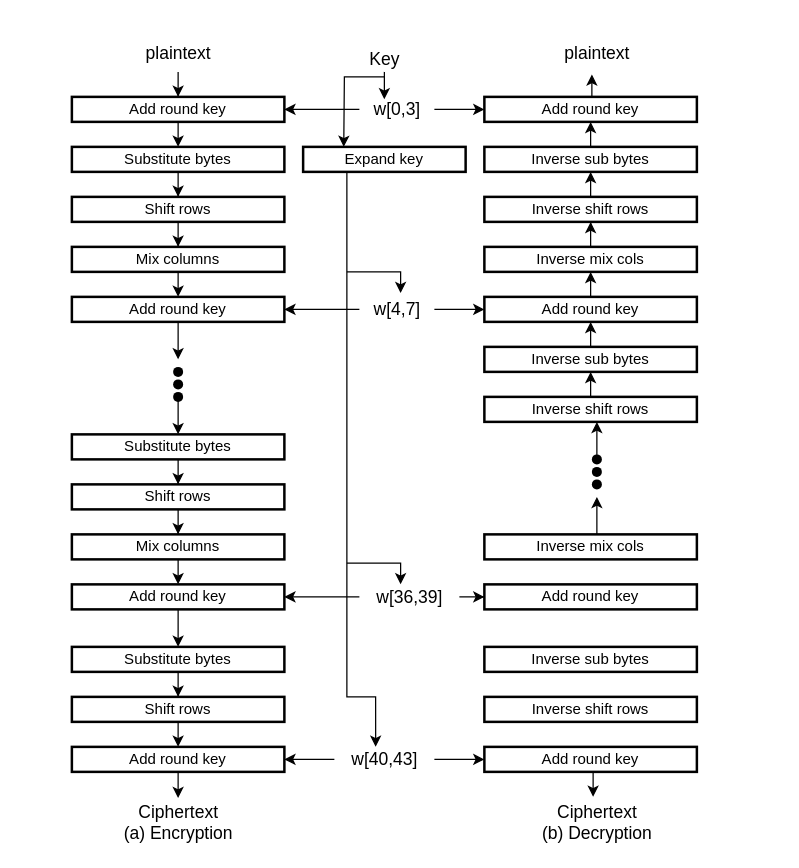
Above: AES cypher.drawio in pustvts/pustvts-info (draw.io), before the change. Source tidied: cells renumbered, new cells numbered last; positions are measured from the earlier drawing's top-left corner, leaving out a move shared by most shapes. Both pictures are drawn from the tidied source at 125%, with x=0, y=0 at pixel (71, 21).
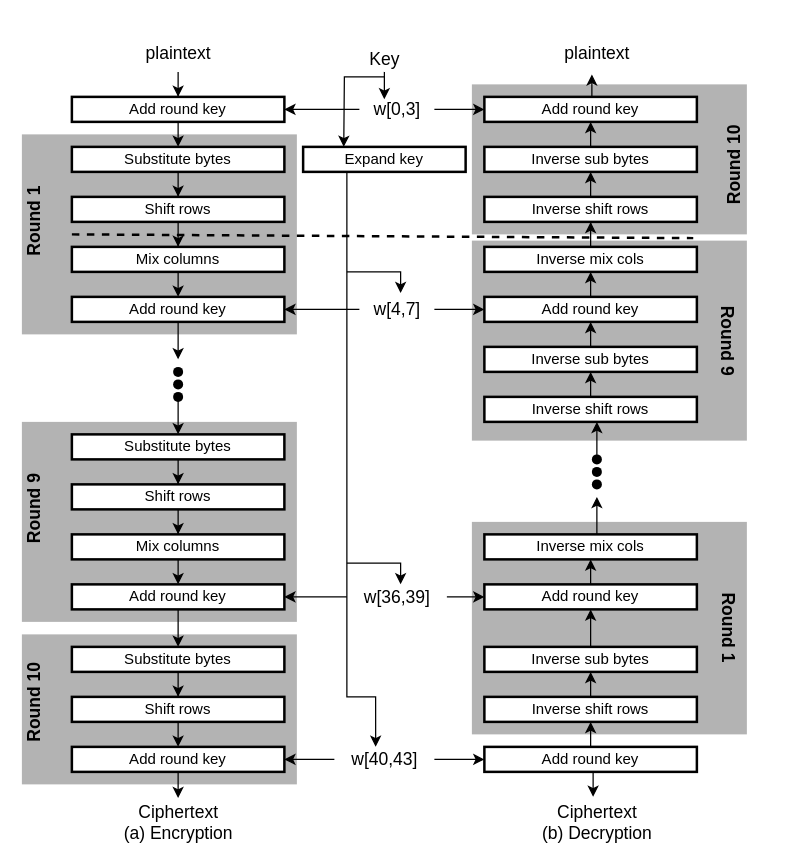
The same page after the edit.

Unchanged cells that the change refers to:
```xml
<mxCell id="47" value="Add round key" style="rounded=0;whiteSpace=wrap;html=1;strokeWidth=2;" parent="1" vertex="1">
  <mxGeometry x="330" y="580" width="170" height="20" as="geometry" />
</mxCell>
<mxCell id="48" value="Inverse shift rows" style="rounded=0;whiteSpace=wrap;html=1;strokeWidth=2;" parent="1" vertex="1">
  <mxGeometry x="330" y="540" width="170" height="20" as="geometry" />
</mxCell>
<mxCell id="49" value="Inverse sub bytes" style="rounded=0;whiteSpace=wrap;html=1;strokeWidth=2;" parent="1" vertex="1">
  <mxGeometry x="330" y="500" width="170" height="20" as="geometry" />
</mxCell>
<mxCell id="50" value="Add round key" style="rounded=0;whiteSpace=wrap;html=1;strokeWidth=2;" parent="1" vertex="1">
  <mxGeometry x="330" y="450" width="170" height="20" as="geometry" />
</mxCell>
<mxCell id="51" value="Inverse mix cols" style="rounded=0;whiteSpace=wrap;html=1;strokeWidth=2;" parent="1" vertex="1">
  <mxGeometry x="330" y="410" width="170" height="20" as="geometry" />
</mxCell>
```

The edit, as a diff of the source:
```diff
@@
+    <mxCell id="81" style="group;" parent="1" vertex="1">
+      <mxGeometry x="320" y="400" width="245" height="170" as="geometry" />
+    </mxCell>
+    <mxCell id="82" style="rounded=0;whiteSpace=wrap;html=1;fontSize=14;strokeColor=none;strokeWidth=2;fillColor=#B3B3B3;" parent="81" vertex="1">
+      <mxGeometry width="220" height="170" as="geometry" />
+    </mxCell>
+    <mxCell id="83" value="&lt;b&gt;Round 1&lt;br&gt;&lt;/b&gt;" style="text;html=1;align=center;verticalAlign=middle;strokeColor=none;fillColor=none;fontSize=14;rotation=90;" parent="81" vertex="1">
+      <mxGeometry x="165" y="74.4" width="80" height="20" as="geometry" />
+    </mxCell>
+    <mxCell id="84" style="group;" parent="1" vertex="1">
+      <mxGeometry x="320" y="175" width="245" height="160" as="geometry" />
+    </mxCell>
+    <mxCell id="85" style="rounded=0;whiteSpace=wrap;html=1;fontSize=14;strokeColor=none;strokeWidth=2;fillColor=#B3B3B3;" parent="84" vertex="1">
+      <mxGeometry width="220" height="160" as="geometry" />
+    </mxCell>
+    <mxCell id="86" value="&lt;b&gt;Round 9&lt;br&gt;&lt;/b&gt;" style="text;html=1;align=center;verticalAlign=middle;strokeColor=none;fillColor=none;fontSize=14;rotation=90;" parent="84" vertex="1">
+      <mxGeometry x="165" y="70" width="80" height="20" as="geometry" />
+    </mxCell>
+    <mxCell id="87" style="group;rotation=-180;" parent="1" vertex="1">
+      <mxGeometry x="320" y="50" width="220" height="120" as="geometry" />
+    </mxCell>
+    <mxCell id="88" style="rounded=0;whiteSpace=wrap;html=1;fontSize=14;strokeColor=none;strokeWidth=2;fillColor=#B3B3B3;rotation=-180;" parent="87" vertex="1">
+      <mxGeometry width="220" height="120" as="geometry" />
+    </mxCell>
+    <mxCell id="89" value="&lt;b&gt;Round 10&lt;br&gt;&lt;/b&gt;" style="text;html=1;align=center;verticalAlign=middle;strokeColor=none;fillColor=none;fontSize=14;rotation=-90;" parent="87" vertex="1">
+      <mxGeometry x="165" y="55" width="90" height="20" as="geometry" />
+    </mxCell>
+    <mxCell id="90" style="group;" parent="1" vertex="1">
+      <mxGeometry x="-40" y="490" width="220" height="120" as="geometry" />
+    </mxCell>
+    <mxCell id="91" style="rounded=0;whiteSpace=wrap;html=1;fontSize=14;strokeColor=none;strokeWidth=2;fillColor=#B3B3B3;" parent="90" vertex="1">
+      <mxGeometry width="220" height="120" as="geometry" />
+    </mxCell>
+    <mxCell id="92" value="&lt;b&gt;Round 10&lt;br&gt;&lt;/b&gt;" style="text;html=1;align=center;verticalAlign=middle;strokeColor=none;fillColor=none;fontSize=14;rotation=-90;" parent="90" vertex="1">
+      <mxGeometry x="-35" y="45" width="90" height="20" as="geometry" />
+    </mxCell>
+    <mxCell id="93" style="group;" parent="1" vertex="1">
+      <mxGeometry x="-40" y="320" width="220" height="160" as="geometry" />
+    </mxCell>
+    <mxCell id="94" style="rounded=0;whiteSpace=wrap;html=1;fontSize=14;strokeColor=none;strokeWidth=2;fillColor=#B3B3B3;" parent="93" vertex="1">
+      <mxGeometry width="220" height="160" as="geometry" />
+    </mxCell>
+    <mxCell id="95" value="&lt;b&gt;Round 9&lt;br&gt;&lt;/b&gt;" style="text;html=1;align=center;verticalAlign=middle;strokeColor=none;fillColor=none;fontSize=14;rotation=-90;" parent="93" vertex="1">
+      <mxGeometry x="-30" y="60" width="80" height="20" as="geometry" />
+    </mxCell>
+    <mxCell id="96" style="group;" parent="1" vertex="1">
+      <mxGeometry x="-40" y="90" width="220" height="160" as="geometry" />
+    </mxCell>
+    <mxCell id="97" style="rounded=0;whiteSpace=wrap;html=1;fontSize=14;strokeColor=none;strokeWidth=2;fillColor=#B3B3B3;" parent="96" vertex="1">
+      <mxGeometry width="220" height="160" as="geometry" />
+    </mxCell>
+    <mxCell id="98" value="&lt;b&gt;Round 1&lt;br&gt;&lt;/b&gt;" style="text;html=1;align=center;verticalAlign=middle;strokeColor=none;fillColor=none;fontSize=14;rotation=-90;" parent="96" vertex="1">
+      <mxGeometry x="-30" y="60" width="80" height="20" as="geometry" />
+    </mxCell>
@@
+    <mxCell id="99" style="edgeStyle=orthogonalEdgeStyle;rounded=0;jettySize=auto;html=1;exitX=0.5;exitY=0;exitDx=0;exitDy=0;entryX=0.5;entryY=1;entryDx=0;entryDy=0;fontSize=14;strokeWidth=1;" parent="1" edge="1" source="47" target="48">
+      <mxGeometry relative="1" as="geometry" />
+    </mxCell>
@@
+    <mxCell id="100" style="edgeStyle=orthogonalEdgeStyle;rounded=0;jettySize=auto;html=1;exitX=0.5;exitY=0;exitDx=0;exitDy=0;entryX=0.5;entryY=1;entryDx=0;entryDy=0;fontSize=14;strokeWidth=1;" parent="1" edge="1" source="48" target="49">
+      <mxGeometry relative="1" as="geometry" />
+    </mxCell>
@@
+    <mxCell id="101" style="edgeStyle=orthogonalEdgeStyle;rounded=0;jettySize=auto;html=1;exitX=0.5;exitY=0;exitDx=0;exitDy=0;entryX=0.5;entryY=1;entryDx=0;entryDy=0;fontSize=14;strokeWidth=1;" parent="1" edge="1" source="49" target="50">
+      <mxGeometry relative="1" as="geometry" />
+    </mxCell>
@@
+    <mxCell id="102" style="edgeStyle=orthogonalEdgeStyle;rounded=0;jettySize=auto;html=1;exitX=0.5;exitY=0;exitDx=0;exitDy=0;entryX=0.5;entryY=1;entryDx=0;entryDy=0;fontSize=14;strokeWidth=1;" parent="1" edge="1" source="50" target="51">
+      <mxGeometry relative="1" as="geometry" />
+    </mxCell>
@@
     <mxCell id="62" value="w[36,39]" style="text;html=1;align=center;verticalAlign=middle;points=[];strokeColor=none;fillColor=none;fontSize=14;" parent="1" vertex="1">
-      <mxGeometry x="230" y="450" width="80" height="20" as="geometry" />
+      <mxGeometry x="220" y="450" width="80" height="20" as="geometry" />
     </mxCell>
@@
+    <mxCell id="103" style="endArrow=none;dashed=1;html=1;rounded=0;fontSize=14;entryX=0.195;entryY=-0.025;entryDx=0;entryDy=0;entryPerimeter=0;strokeWidth=2;" parent="1" edge="1" target="88">
+      <mxGeometry relative="1" as="geometry">
+        <mxPoint y="170" as="sourcePoint" />
+      </mxGeometry>
+    </mxCell>
```
